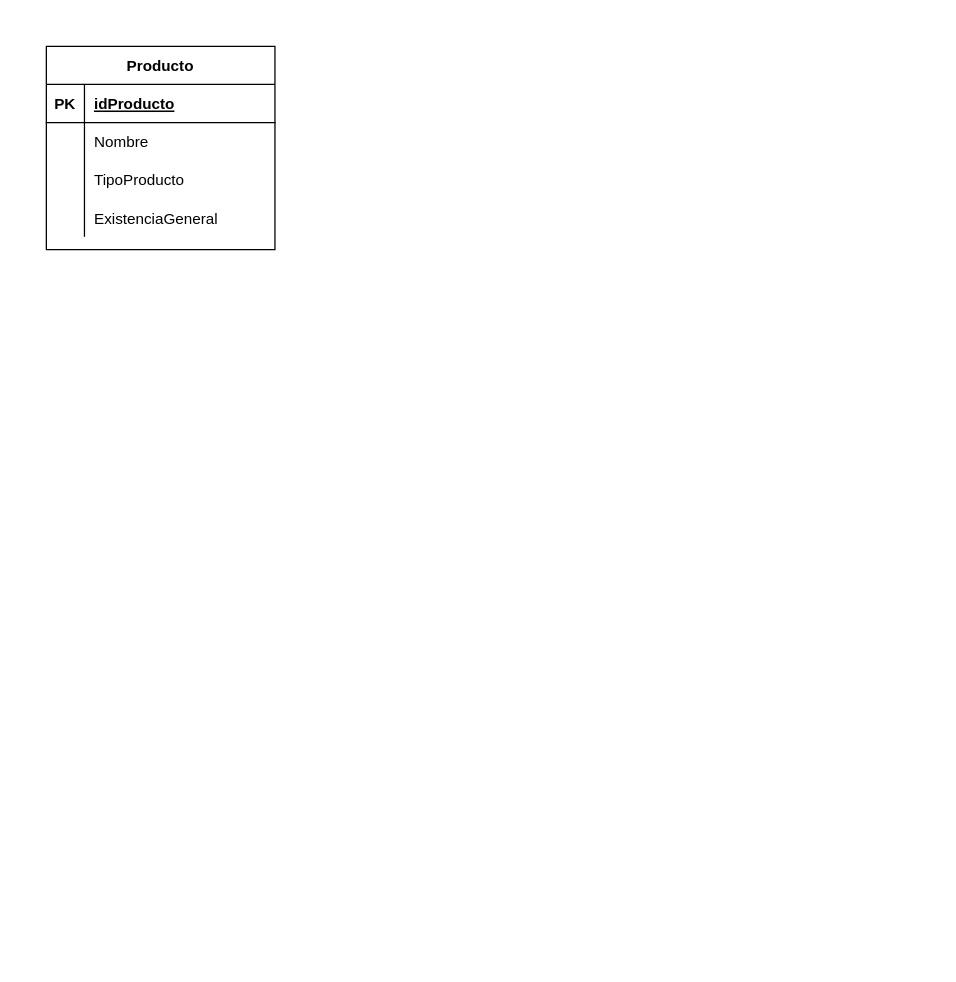
Earlier version of the draw.io diagram hoja3 (1).drawio (RafaelChocoj/HT3_archiv_ER). Source tidied: cells renumbered, new cells numbered last; positions are measured from the earlier drawing's top-left corner, leaving out a move shared by most shapes. Both pictures are drawn from the tidied source at 127%, with x=0, y=0 at pixel (46, 46).
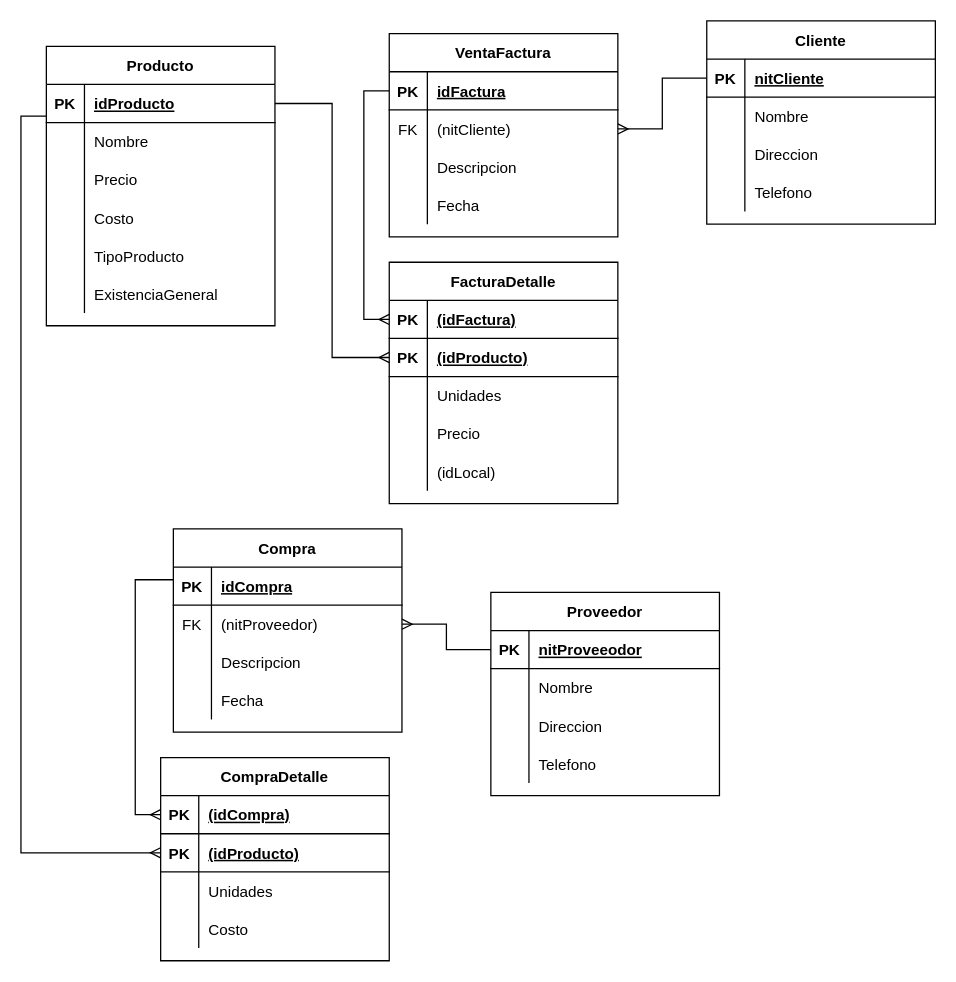
The same page after the edit.

Unchanged cells that the change refers to:
```xml
<mxCell id="3" style="shape=partialRectangle;fillColor=none;top=0;left=0;bottom=1;right=0;points=[[0,0.5],[1,0.5]];portConstraint=eastwest;" parent="2" vertex="1">
  <mxGeometry y="30" width="180" height="30" as="geometry" />
</mxCell>
```

Diff of the diagram source:
```diff
@@
+    <mxCell id="15" style="edgeStyle=orthogonalEdgeStyle;rounded=0;jettySize=auto;html=1;exitX=0;exitY=0.25;exitDx=0;exitDy=0;endArrow=ERmany;endFill=0;" parent="1" edge="1" source="2" target="54">
+      <mxGeometry relative="1" as="geometry" />
+    </mxCell>
     <mxCell id="2" value="Producto" style="shape=table;startSize=30;childLayout=tableLayout;rowLines=0;fontStyle=1;align=center;" parent="1" vertex="1">
-      <mxGeometry width="180" height="160" as="geometry" />
+      <mxGeometry width="180" height="220" as="geometry" />
     </mxCell>
@@
+    <mxCell id="16" style="shape=partialRectangle;fillColor=none;top=0;left=0;bottom=0;right=0;" parent="2" vertex="1">
+      <mxGeometry y="90" width="180" height="30" as="geometry" />
+    </mxCell>
+    <mxCell id="17" style="shape=partialRectangle;fillColor=none;top=0;left=0;bottom=0;right=0;overflow=hidden;" parent="16" vertex="1">
+      <mxGeometry width="30" height="30" as="geometry" />
+    </mxCell>
+    <mxCell id="18" value="Precio" style="shape=partialRectangle;fillColor=none;top=0;left=0;bottom=0;right=0;align=left;spacingLeft=6;overflow=hidden;" parent="16" vertex="1">
+      <mxGeometry x="30" width="150" height="30" as="geometry" />
+    </mxCell>
+    <mxCell id="19" style="shape=partialRectangle;fillColor=none;top=0;left=0;bottom=0;right=0;" parent="2" vertex="1">
+      <mxGeometry y="120" width="180" height="30" as="geometry" />
+    </mxCell>
+    <mxCell id="20" style="shape=partialRectangle;fillColor=none;top=0;left=0;bottom=0;right=0;overflow=hidden;" parent="19" vertex="1">
+      <mxGeometry width="30" height="30" as="geometry" />
+    </mxCell>
+    <mxCell id="21" value="Costo" style="shape=partialRectangle;fillColor=none;top=0;left=0;bottom=0;right=0;align=left;spacingLeft=6;overflow=hidden;" parent="19" vertex="1">
+      <mxGeometry x="30" width="150" height="30" as="geometry" />
+    </mxCell>
     <mxCell id="9" style="shape=partialRectangle;fillColor=none;top=0;left=0;bottom=0;right=0;" parent="2" vertex="1">
-      <mxGeometry y="90" width="180" height="30" as="geometry" />
+      <mxGeometry y="150" width="180" height="30" as="geometry" />
     </mxCell>
@@
     <mxCell id="12" style="shape=partialRectangle;fillColor=none;top=0;left=0;bottom=0;right=0;" parent="2" vertex="1">
-      <mxGeometry y="120" width="180" height="30" as="geometry" />
+      <mxGeometry y="180" width="180" height="30" as="geometry" />
     </mxCell>
@@
+    <mxCell id="22" style="edgeStyle=orthogonalEdgeStyle;rounded=0;jettySize=auto;html=1;exitX=0;exitY=0.5;exitDx=0;exitDy=0;endArrow=ERmany;endFill=0;" parent="1" edge="1" source="24" target="41">
+      <mxGeometry relative="1" as="geometry" />
+    </mxCell>
+    <mxCell id="23" value="Proveedor" style="shape=table;startSize=30;childLayout=tableLayout;rowLines=0;fontStyle=1;align=center;" parent="1" vertex="1">
+      <mxGeometry x="350" y="430" width="180" height="160" as="geometry" />
+    </mxCell>
+    <mxCell id="24" style="shape=partialRectangle;fillColor=none;top=0;left=0;bottom=1;right=0;points=[[0,0.5],[1,0.5]];portConstraint=eastwest;" parent="23" vertex="1">
+      <mxGeometry y="30" width="180" height="30" as="geometry" />
+    </mxCell>
+    <mxCell id="25" value="PK" style="shape=partialRectangle;fillColor=none;top=0;left=0;bottom=0;right=0;fontStyle=1;overflow=hidden;" parent="24" vertex="1">
+      <mxGeometry width="30" height="30" as="geometry" />
+    </mxCell>
+    <mxCell id="26" value="nitProveeodor" style="shape=partialRectangle;fillColor=none;top=0;left=0;bottom=0;right=0;align=left;spacingLeft=6;fontStyle=5;overflow=hidden;" parent="24" vertex="1">
+      <mxGeometry x="30" width="150" height="30" as="geometry" />
+    </mxCell>
+    <mxCell id="27" style="shape=partialRectangle;fillColor=none;top=0;left=0;bottom=0;right=0;" parent="23" vertex="1">
+      <mxGeometry y="60" width="180" height="30" as="geometry" />
+    </mxCell>
+    <mxCell id="28" style="shape=partialRectangle;fillColor=none;top=0;left=0;bottom=0;right=0;overflow=hidden;" parent="27" vertex="1">
+      <mxGeometry width="30" height="30" as="geometry" />
+    </mxCell>
+    <mxCell id="29" value="Nombre" style="shape=partialRectangle;fillColor=none;top=0;left=0;bottom=0;right=0;align=left;spacingLeft=6;overflow=hidden;" parent="27" vertex="1">
+      <mxGeometry x="30" width="150" height="30" as="geometry" />
+    </mxCell>
+    <mxCell id="30" style="shape=partialRectangle;fillColor=none;top=0;left=0;bottom=0;right=0;" parent="23" vertex="1">
+      <mxGeometry y="90" width="180" height="30" as="geometry" />
+    </mxCell>
+    <mxCell id="31" style="shape=partialRectangle;fillColor=none;top=0;left=0;bottom=0;right=0;overflow=hidden;" parent="30" vertex="1">
+      <mxGeometry width="30" height="30" as="geometry" />
+    </mxCell>
+    <mxCell id="32" value="Direccion" style="shape=partialRectangle;fillColor=none;top=0;left=0;bottom=0;right=0;align=left;spacingLeft=6;overflow=hidden;" parent="30" vertex="1">
+      <mxGeometry x="30" width="150" height="30" as="geometry" />
+    </mxCell>
+    <mxCell id="33" style="shape=partialRectangle;fillColor=none;top=0;left=0;bottom=0;right=0;" parent="23" vertex="1">
+      <mxGeometry y="120" width="180" height="30" as="geometry" />
+    </mxCell>
+    <mxCell id="34" style="shape=partialRectangle;fillColor=none;top=0;left=0;bottom=0;right=0;overflow=hidden;" parent="33" vertex="1">
+      <mxGeometry width="30" height="30" as="geometry" />
+    </mxCell>
+    <mxCell id="35" value="Telefono" style="shape=partialRectangle;fillColor=none;top=0;left=0;bottom=0;right=0;align=left;spacingLeft=6;overflow=hidden;" parent="33" vertex="1">
+      <mxGeometry x="30" width="150" height="30" as="geometry" />
+    </mxCell>
+    <mxCell id="36" style="edgeStyle=orthogonalEdgeStyle;rounded=0;jettySize=auto;html=1;exitX=0;exitY=0.25;exitDx=0;exitDy=0;entryX=0;entryY=0.5;entryDx=0;entryDy=0;endArrow=ERmany;endFill=0;" parent="1" edge="1" source="37" target="51">
+      <mxGeometry relative="1" as="geometry" />
+    </mxCell>
+    <mxCell id="37" value="Compra" style="shape=table;startSize=30;childLayout=tableLayout;rowLines=0;fontStyle=1;align=center;" parent="1" vertex="1">
+      <mxGeometry x="100" y="380" width="180" height="160" as="geometry" />
+    </mxCell>
+    <mxCell id="38" style="shape=partialRectangle;fillColor=none;top=0;left=0;bottom=1;right=0;" parent="37" vertex="1">
+      <mxGeometry y="30" width="180" height="30" as="geometry" />
+    </mxCell>
+    <mxCell id="39" value="PK" style="shape=partialRectangle;fillColor=none;top=0;left=0;bottom=0;right=0;fontStyle=1;overflow=hidden;" parent="38" vertex="1">
+      <mxGeometry width="30" height="30" as="geometry" />
+    </mxCell>
+    <mxCell id="40" value="idCompra" style="shape=partialRectangle;fillColor=none;top=0;left=0;bottom=0;right=0;align=left;spacingLeft=6;fontStyle=5;overflow=hidden;" parent="38" vertex="1">
+      <mxGeometry x="30" width="150" height="30" as="geometry" />
+    </mxCell>
+    <mxCell id="41" style="shape=partialRectangle;fillColor=none;top=0;left=0;bottom=0;right=0;points=[[0,0.5],[1,0.5]];portConstraint=eastwest;" parent="37" vertex="1">
+      <mxGeometry y="60" width="180" height="30" as="geometry" />
+    </mxCell>
+    <mxCell id="42" value="FK" style="shape=partialRectangle;fillColor=none;top=0;left=0;bottom=0;right=0;overflow=hidden;" parent="41" vertex="1">
+      <mxGeometry width="30" height="30" as="geometry" />
+    </mxCell>
+    <mxCell id="43" value="(nitProveedor)" style="shape=partialRectangle;fillColor=none;top=0;left=0;bottom=0;right=0;align=left;spacingLeft=6;overflow=hidden;" parent="41" vertex="1">
+      <mxGeometry x="30" width="150" height="30" as="geometry" />
+    </mxCell>
+    <mxCell id="44" style="shape=partialRectangle;fillColor=none;top=0;left=0;bottom=0;right=0;" parent="37" vertex="1">
+      <mxGeometry y="90" width="180" height="30" as="geometry" />
+    </mxCell>
+    <mxCell id="45" style="shape=partialRectangle;fillColor=none;top=0;left=0;bottom=0;right=0;overflow=hidden;" parent="44" vertex="1">
+      <mxGeometry width="30" height="30" as="geometry" />
+    </mxCell>
+    <mxCell id="46" value="Descripcion" style="shape=partialRectangle;fillColor=none;top=0;left=0;bottom=0;right=0;align=left;spacingLeft=6;overflow=hidden;" parent="44" vertex="1">
+      <mxGeometry x="30" width="150" height="30" as="geometry" />
+    </mxCell>
+    <mxCell id="47" style="shape=partialRectangle;fillColor=none;top=0;left=0;bottom=0;right=0;" parent="37" vertex="1">
+      <mxGeometry y="120" width="180" height="30" as="geometry" />
+    </mxCell>
+    <mxCell id="48" style="shape=partialRectangle;fillColor=none;top=0;left=0;bottom=0;right=0;overflow=hidden;" parent="47" vertex="1">
+      <mxGeometry width="30" height="30" as="geometry" />
+    </mxCell>
+    <mxCell id="49" value="Fecha" style="shape=partialRectangle;fillColor=none;top=0;left=0;bottom=0;right=0;align=left;spacingLeft=6;overflow=hidden;" parent="47" vertex="1">
+      <mxGeometry x="30" width="150" height="30" as="geometry" />
+    </mxCell>
+    <mxCell id="50" value="CompraDetalle" style="shape=table;startSize=30;childLayout=tableLayout;rowLines=0;fontStyle=1;align=center;" parent="1" vertex="1">
+      <mxGeometry x="90" y="560" width="180" height="160" as="geometry" />
+    </mxCell>
+    <mxCell id="51" style="shape=partialRectangle;fillColor=none;top=0;left=0;bottom=1;right=0;points=[[0,0.5],[1,0.5]];portConstraint=eastwest;" parent="50" vertex="1">
+      <mxGeometry y="30" width="180" height="30" as="geometry" />
+    </mxCell>
+    <mxCell id="52" value="PK" style="shape=partialRectangle;fillColor=none;top=0;left=0;bottom=0;right=0;fontStyle=1;overflow=hidden;" parent="51" vertex="1">
+      <mxGeometry width="30" height="30" as="geometry" />
+    </mxCell>
+    <mxCell id="53" value="(idCompra)" style="shape=partialRectangle;fillColor=none;top=0;left=0;bottom=0;right=0;align=left;spacingLeft=6;fontStyle=5;overflow=hidden;" parent="51" vertex="1">
+      <mxGeometry x="30" width="150" height="30" as="geometry" />
+    </mxCell>
+    <mxCell id="54" style="shape=partialRectangle;fillColor=none;top=0;left=0;bottom=1;right=0;points=[[0,0.5],[1,0.5]];portConstraint=eastwest;" parent="50" vertex="1">
+      <mxGeometry y="60" width="180" height="30" as="geometry" />
+    </mxCell>
+    <mxCell id="55" value="PK" style="shape=partialRectangle;fillColor=none;top=0;left=0;bottom=0;right=0;fontStyle=1;overflow=hidden;" parent="54" vertex="1">
+      <mxGeometry width="30" height="30" as="geometry" />
+    </mxCell>
+    <mxCell id="56" value="(idProducto)" style="shape=partialRectangle;fillColor=none;top=0;left=0;bottom=0;right=0;align=left;spacingLeft=6;fontStyle=5;overflow=hidden;" parent="54" vertex="1">
+      <mxGeometry x="30" width="150" height="30" as="geometry" />
+    </mxCell>
+    <mxCell id="57" style="shape=partialRectangle;fillColor=none;top=0;left=0;bottom=0;right=0;" parent="50" vertex="1">
+      <mxGeometry y="90" width="180" height="30" as="geometry" />
+    </mxCell>
+    <mxCell id="58" style="shape=partialRectangle;fillColor=none;top=0;left=0;bottom=0;right=0;overflow=hidden;" parent="57" vertex="1">
+      <mxGeometry width="30" height="30" as="geometry" />
+    </mxCell>
+    <mxCell id="59" value="Unidades" style="shape=partialRectangle;fillColor=none;top=0;left=0;bottom=0;right=0;align=left;spacingLeft=6;overflow=hidden;" parent="57" vertex="1">
+      <mxGeometry x="30" width="150" height="30" as="geometry" />
+    </mxCell>
+    <mxCell id="60" style="shape=partialRectangle;fillColor=none;top=0;left=0;bottom=0;right=0;" parent="50" vertex="1">
+      <mxGeometry y="120" width="180" height="30" as="geometry" />
+    </mxCell>
+    <mxCell id="61" style="shape=partialRectangle;fillColor=none;top=0;left=0;bottom=0;right=0;overflow=hidden;" parent="60" vertex="1">
+      <mxGeometry width="30" height="30" as="geometry" />
+    </mxCell>
+    <mxCell id="62" value="Costo" style="shape=partialRectangle;fillColor=none;top=0;left=0;bottom=0;right=0;align=left;spacingLeft=6;overflow=hidden;" parent="60" vertex="1">
+      <mxGeometry x="30" width="150" height="30" as="geometry" />
+    </mxCell>
+    <mxCell id="63" value="VentaFactura" style="shape=table;startSize=30;childLayout=tableLayout;rowLines=0;fontStyle=1;align=center;" parent="1" vertex="1">
+      <mxGeometry x="270" y="-10" width="180" height="160" as="geometry" />
+    </mxCell>
+    <mxCell id="64" style="shape=partialRectangle;fillColor=none;top=0;left=0;bottom=1;right=0;points=[[0,0.5],[1,0.5]];portConstraint=eastwest;" parent="63" vertex="1">
+      <mxGeometry y="30" width="180" height="30" as="geometry" />
+    </mxCell>
+    <mxCell id="65" value="PK" style="shape=partialRectangle;fillColor=none;top=0;left=0;bottom=0;right=0;fontStyle=1;overflow=hidden;" parent="64" vertex="1">
+      <mxGeometry width="30" height="30" as="geometry" />
+    </mxCell>
+    <mxCell id="66" value="idFactura" style="shape=partialRectangle;fillColor=none;top=0;left=0;bottom=0;right=0;align=left;spacingLeft=6;fontStyle=5;overflow=hidden;" parent="64" vertex="1">
+      <mxGeometry x="30" width="150" height="30" as="geometry" />
+    </mxCell>
+    <mxCell id="67" style="shape=partialRectangle;fillColor=none;top=0;left=0;bottom=0;right=0;points=[[0,0.5],[1,0.5]];portConstraint=eastwest;" parent="63" vertex="1">
+      <mxGeometry y="60" width="180" height="30" as="geometry" />
+    </mxCell>
+    <mxCell id="68" value="FK" style="shape=partialRectangle;fillColor=none;top=0;left=0;bottom=0;right=0;overflow=hidden;" parent="67" vertex="1">
+      <mxGeometry width="30" height="30" as="geometry" />
+    </mxCell>
+    <mxCell id="69" value="(nitCliente)" style="shape=partialRectangle;fillColor=none;top=0;left=0;bottom=0;right=0;align=left;spacingLeft=6;overflow=hidden;" parent="67" vertex="1">
+      <mxGeometry x="30" width="150" height="30" as="geometry" />
+    </mxCell>
+    <mxCell id="70" style="shape=partialRectangle;fillColor=none;top=0;left=0;bottom=0;right=0;" parent="63" vertex="1">
+      <mxGeometry y="90" width="180" height="30" as="geometry" />
+    </mxCell>
+    <mxCell id="71" style="shape=partialRectangle;fillColor=none;top=0;left=0;bottom=0;right=0;overflow=hidden;" parent="70" vertex="1">
+      <mxGeometry width="30" height="30" as="geometry" />
+    </mxCell>
+    <mxCell id="72" value="Descripcion" style="shape=partialRectangle;fillColor=none;top=0;left=0;bottom=0;right=0;align=left;spacingLeft=6;overflow=hidden;" parent="70" vertex="1">
+      <mxGeometry x="30" width="150" height="30" as="geometry" />
+    </mxCell>
+    <mxCell id="73" style="shape=partialRectangle;fillColor=none;top=0;left=0;bottom=0;right=0;" parent="63" vertex="1">
+      <mxGeometry y="120" width="180" height="30" as="geometry" />
+    </mxCell>
+    <mxCell id="74" style="shape=partialRectangle;fillColor=none;top=0;left=0;bottom=0;right=0;overflow=hidden;" parent="73" vertex="1">
+      <mxGeometry width="30" height="30" as="geometry" />
+    </mxCell>
+    <mxCell id="75" value="Fecha" style="shape=partialRectangle;fillColor=none;top=0;left=0;bottom=0;right=0;align=left;spacingLeft=6;overflow=hidden;" parent="73" vertex="1">
+      <mxGeometry x="30" width="150" height="30" as="geometry" />
+    </mxCell>
+    <mxCell id="76" value="FacturaDetalle" style="shape=table;startSize=30;childLayout=tableLayout;rowLines=0;fontStyle=1;align=center;" parent="1" vertex="1">
+      <mxGeometry x="270" y="170" width="180" height="190" as="geometry" />
+    </mxCell>
+    <mxCell id="77" style="shape=partialRectangle;fillColor=none;top=0;left=0;bottom=1;right=0;points=[[0,0.5],[1,0.5]];portConstraint=eastwest;" parent="76" vertex="1">
+      <mxGeometry y="30" width="180" height="30" as="geometry" />
+    </mxCell>
+    <mxCell id="78" value="PK" style="shape=partialRectangle;fillColor=none;top=0;left=0;bottom=0;right=0;fontStyle=1;overflow=hidden;" parent="77" vertex="1">
+      <mxGeometry width="30" height="30" as="geometry" />
+    </mxCell>
+    <mxCell id="79" value="(idFactura)" style="shape=partialRectangle;fillColor=none;top=0;left=0;bottom=0;right=0;align=left;spacingLeft=6;fontStyle=5;overflow=hidden;" parent="77" vertex="1">
+      <mxGeometry x="30" width="150" height="30" as="geometry" />
+    </mxCell>
+    <mxCell id="80" style="shape=partialRectangle;fillColor=none;top=0;left=0;bottom=1;right=0;points=[[0,0.5],[1,0.5]];portConstraint=eastwest;" parent="76" vertex="1">
+      <mxGeometry y="60" width="180" height="30" as="geometry" />
+    </mxCell>
+    <mxCell id="81" value="PK" style="shape=partialRectangle;fillColor=none;top=0;left=0;bottom=0;right=0;fontStyle=1;overflow=hidden;" parent="80" vertex="1">
+      <mxGeometry width="30" height="30" as="geometry" />
+    </mxCell>
+    <mxCell id="82" value="(idProducto)" style="shape=partialRectangle;fillColor=none;top=0;left=0;bottom=0;right=0;align=left;spacingLeft=6;fontStyle=5;overflow=hidden;" parent="80" vertex="1">
+      <mxGeometry x="30" width="150" height="30" as="geometry" />
+    </mxCell>
+    <mxCell id="83" style="shape=partialRectangle;fillColor=none;top=0;left=0;bottom=0;right=0;" parent="76" vertex="1">
+      <mxGeometry y="90" width="180" height="30" as="geometry" />
+    </mxCell>
+    <mxCell id="84" style="shape=partialRectangle;fillColor=none;top=0;left=0;bottom=0;right=0;overflow=hidden;" parent="83" vertex="1">
+      <mxGeometry width="30" height="30" as="geometry" />
+    </mxCell>
+    <mxCell id="85" value="Unidades" style="shape=partialRectangle;fillColor=none;top=0;left=0;bottom=0;right=0;align=left;spacingLeft=6;overflow=hidden;" parent="83" vertex="1">
+      <mxGeometry x="30" width="150" height="30" as="geometry" />
+    </mxCell>
+    <mxCell id="86" style="shape=partialRectangle;fillColor=none;top=0;left=0;bottom=0;right=0;" parent="76" vertex="1">
+      <mxGeometry y="120" width="180" height="30" as="geometry" />
+    </mxCell>
+    <mxCell id="87" style="shape=partialRectangle;fillColor=none;top=0;left=0;bottom=0;right=0;overflow=hidden;" parent="86" vertex="1">
+      <mxGeometry width="30" height="30" as="geometry" />
+    </mxCell>
+    <mxCell id="88" value="Precio" style="shape=partialRectangle;fillColor=none;top=0;left=0;bottom=0;right=0;align=left;spacingLeft=6;overflow=hidden;" parent="86" vertex="1">
+      <mxGeometry x="30" width="150" height="30" as="geometry" />
+    </mxCell>
+    <mxCell id="89" style="shape=partialRectangle;fillColor=none;top=0;left=0;bottom=0;right=0;" parent="76" vertex="1">
+      <mxGeometry y="150" width="180" height="30" as="geometry" />
+    </mxCell>
+    <mxCell id="90" style="shape=partialRectangle;fillColor=none;top=0;left=0;bottom=0;right=0;overflow=hidden;" parent="89" vertex="1">
+      <mxGeometry width="30" height="30" as="geometry" />
+    </mxCell>
+    <mxCell id="91" value="(idLocal)" style="shape=partialRectangle;fillColor=none;top=0;left=0;bottom=0;right=0;align=left;spacingLeft=6;overflow=hidden;" parent="89" vertex="1">
+      <mxGeometry x="30" width="150" height="30" as="geometry" />
+    </mxCell>
+    <mxCell id="92" value="Cliente" style="shape=table;startSize=30;childLayout=tableLayout;rowLines=0;fontStyle=1;align=center;" parent="1" vertex="1">
+      <mxGeometry x="520" y="-20" width="180" height="160" as="geometry" />
+    </mxCell>
+    <mxCell id="93" style="shape=partialRectangle;fillColor=none;top=0;left=0;bottom=1;right=0;points=[[0,0.5],[1,0.5]];portConstraint=eastwest;" parent="92" vertex="1">
+      <mxGeometry y="30" width="180" height="30" as="geometry" />
+    </mxCell>
+    <mxCell id="94" value="PK" style="shape=partialRectangle;fillColor=none;top=0;left=0;bottom=0;right=0;fontStyle=1;overflow=hidden;" parent="93" vertex="1">
+      <mxGeometry width="30" height="30" as="geometry" />
+    </mxCell>
+    <mxCell id="95" value="nitCliente" style="shape=partialRectangle;fillColor=none;top=0;left=0;bottom=0;right=0;align=left;spacingLeft=6;fontStyle=5;overflow=hidden;" parent="93" vertex="1">
+      <mxGeometry x="30" width="150" height="30" as="geometry" />
+    </mxCell>
+    <mxCell id="96" style="shape=partialRectangle;fillColor=none;top=0;left=0;bottom=0;right=0;" parent="92" vertex="1">
+      <mxGeometry y="60" width="180" height="30" as="geometry" />
+    </mxCell>
+    <mxCell id="97" style="shape=partialRectangle;fillColor=none;top=0;left=0;bottom=0;right=0;overflow=hidden;" parent="96" vertex="1">
+      <mxGeometry width="30" height="30" as="geometry" />
+    </mxCell>
+    <mxCell id="98" value="Nombre" style="shape=partialRectangle;fillColor=none;top=0;left=0;bottom=0;right=0;align=left;spacingLeft=6;overflow=hidden;" parent="96" vertex="1">
+      <mxGeometry x="30" width="150" height="30" as="geometry" />
+    </mxCell>
+    <mxCell id="99" style="shape=partialRectangle;fillColor=none;top=0;left=0;bottom=0;right=0;" parent="92" vertex="1">
+      <mxGeometry y="90" width="180" height="30" as="geometry" />
+    </mxCell>
+    <mxCell id="100" style="shape=partialRectangle;fillColor=none;top=0;left=0;bottom=0;right=0;overflow=hidden;" parent="99" vertex="1">
+      <mxGeometry width="30" height="30" as="geometry" />
+    </mxCell>
+    <mxCell id="101" value="Direccion" style="shape=partialRectangle;fillColor=none;top=0;left=0;bottom=0;right=0;align=left;spacingLeft=6;overflow=hidden;" parent="99" vertex="1">
+      <mxGeometry x="30" width="150" height="30" as="geometry" />
+    </mxCell>
+    <mxCell id="102" style="shape=partialRectangle;fillColor=none;top=0;left=0;bottom=0;right=0;" parent="92" vertex="1">
+      <mxGeometry y="120" width="180" height="30" as="geometry" />
+    </mxCell>
+    <mxCell id="103" style="shape=partialRectangle;fillColor=none;top=0;left=0;bottom=0;right=0;overflow=hidden;" parent="102" vertex="1">
+      <mxGeometry width="30" height="30" as="geometry" />
+    </mxCell>
+    <mxCell id="104" value="Telefono" style="shape=partialRectangle;fillColor=none;top=0;left=0;bottom=0;right=0;align=left;spacingLeft=6;overflow=hidden;" parent="102" vertex="1">
+      <mxGeometry x="30" width="150" height="30" as="geometry" />
+    </mxCell>
+    <mxCell id="105" style="edgeStyle=orthogonalEdgeStyle;rounded=0;jettySize=auto;html=1;exitX=0;exitY=0.5;exitDx=0;exitDy=0;entryX=1;entryY=0.5;entryDx=0;entryDy=0;endArrow=ERmany;endFill=0;" parent="1" edge="1" source="93" target="67">
+      <mxGeometry relative="1" as="geometry" />
+    </mxCell>
+    <mxCell id="106" style="edgeStyle=orthogonalEdgeStyle;rounded=0;jettySize=auto;html=1;exitX=0;exitY=0.5;exitDx=0;exitDy=0;entryX=0;entryY=0.5;entryDx=0;entryDy=0;endArrow=ERmany;endFill=0;" parent="1" edge="1" source="64" target="77">
+      <mxGeometry relative="1" as="geometry" />
+    </mxCell>
+    <mxCell id="107" style="edgeStyle=orthogonalEdgeStyle;rounded=0;jettySize=auto;html=1;exitX=1;exitY=0.5;exitDx=0;exitDy=0;endArrow=ERmany;endFill=0;" parent="1" edge="1" source="3" target="80">
+      <mxGeometry relative="1" as="geometry" />
+    </mxCell>
```
